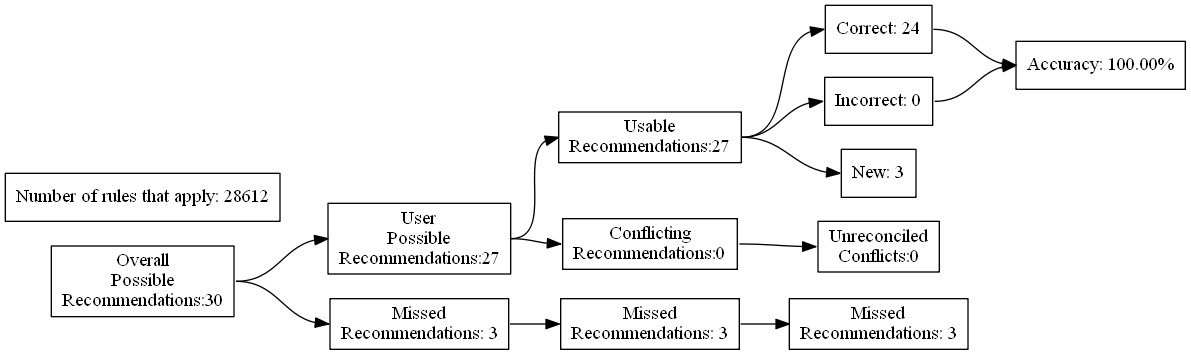
Before: test_renders/36.gv.png, a diagram exported from Graphviz (ZaxR/ibd_diet_analysis). Its source is kept beside it as test_renders/36.gv.
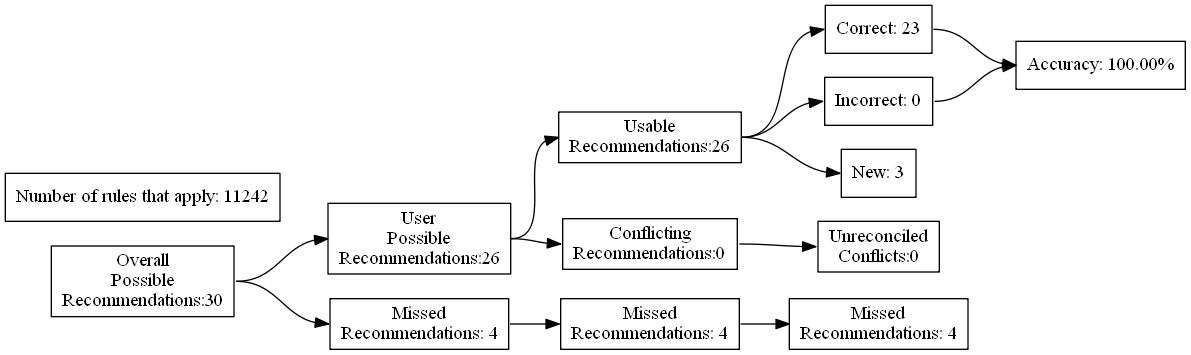
The same diagram one commit later.

The edit, as a diff of the source:
```diff
@@ -7,24 +7,24 @@
 Recommendations:30"]
 		B [label="User
 Possible
-Recommendations:27"]
+Recommendations:26"]
 		C [label="Missed
-Recommendations: 3"]
+Recommendations: 4"]
 		D [label="Usable
-Recommendations:27"]
+Recommendations:26"]
 		E [label="Conflicting
 Recommendations:0"]
 		J [label="Missed
-Recommendations: 3"]
+Recommendations: 4"]
 		M [label="Unreconciled
 Conflicts:0"]
-		F [label="Correct: 24"]
+		F [label="Correct: 23"]
 		G [label="Incorrect: 0"]
 		H [label="New: 3"]
 		K [label="Missed
-Recommendations: 3"]
+Recommendations: 4"]
 		I [label="Accuracy: 100.00%"]
-		l [label="Number of rules that apply: 28612"]
+		l [label="Number of rules that apply: 11242"]
 			A -> B
 			A -> C
 			B -> D
```
